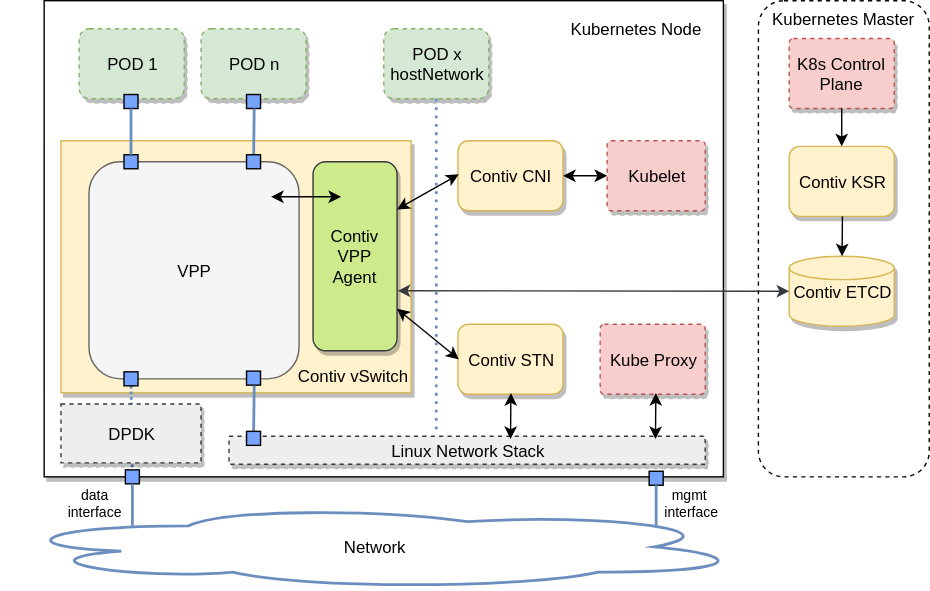
This is docs/img/contiv-arch.svg from contiv/vpp, a draw.io export, as it was before one commit. Source tidied: cells renumbered, new cells last; positions are measured from the earlier drawing's top-left corner, leaving out a move shared by most shapes.
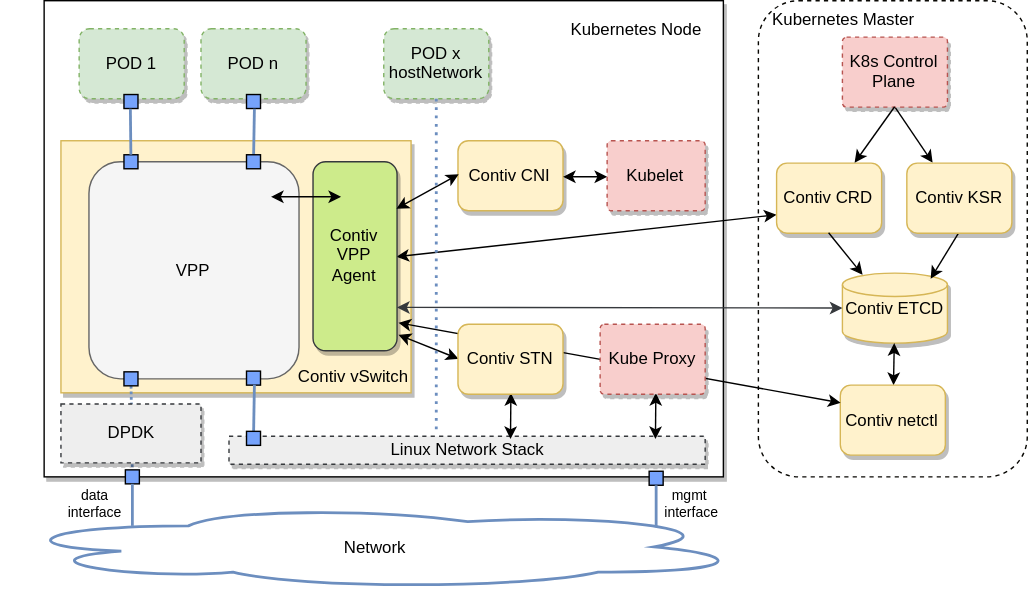
After the change.

Change to the diagram source:
```diff
@@ -3,7 +3,7 @@
     <mxCell id="0" />
     <mxCell id="1" parent="0" />
     <mxCell id="2" style="rounded=1;whiteSpace=wrap;html=1;shadow=0;glass=0;dashed=1;comic=0;strokeColor=#080703;strokeWidth=1;fillColor=#ffffff;gradientColor=none;align=center;" parent="1" vertex="1">
-      <mxGeometry x="540" width="122" height="340" as="geometry" />
+      <mxGeometry x="540" width="192" height="340" as="geometry" />
     </mxCell>
     <mxCell id="3" style="whiteSpace=wrap;html=1;fillColor=#ffffff;strokeColor=#000000;rounded=0;glass=0;comic=0;shadow=1;" parent="1" vertex="1">
       <mxGeometry x="30" width="485" height="340" as="geometry" />
@@ -14,23 +14,23 @@
     <mxCell id="5" value="Contiv CNI" style="rounded=1;whiteSpace=wrap;html=1;shadow=1;glass=0;comic=0;strokeWidth=1;fillColor=#fff2cc;align=center;strokeColor=#d6b656;" parent="1" vertex="1">
       <mxGeometry x="325.5" y="100" width="75" height="50" as="geometry" />
     </mxCell>
-    <mxCell id="6" style="edgeStyle=orthogonalEdgeStyle;rounded=0;html=1;startArrow=classic;startFill=1;jettySize=auto;" parent="1" edge="1" source="5" target="9">
+    <mxCell id="6" style="edgeStyle=orthogonalEdgeStyle;rounded=0;html=1;startArrow=classic;startFill=1;jettySize=auto;" parent="1" edge="1" source="5" target="10">
       <mxGeometry relative="1" as="geometry" />
     </mxCell>
-    <mxCell id="7" value="Contiv KSR" style="rounded=1;whiteSpace=wrap;html=1;shadow=1;glass=0;comic=0;strokeWidth=1;fillColor=#fff2cc;align=center;strokeColor=#d6b656;" parent="1" vertex="1">
-      <mxGeometry x="562" y="104" width="75" height="50" as="geometry" />
+    <mxCell id="7" style="edgeStyle=none;rounded=0;html=1;exitX=0;exitY=0.75;entryX=1;entryY=0.5;startArrow=classic;startFill=1;jettySize=auto;strokeColor=#000000;" parent="1" edge="1" source="8" target="14">
+      <mxGeometry relative="1" as="geometry" />
     </mxCell>
-    <mxCell id="8" value="Contiv ETCD" style="strokeWidth=1;html=1;shape=mxgraph.flowchart.database;whiteSpace=wrap;rounded=1;shadow=1;glass=0;comic=0;fillColor=#fff2cc;align=center;strokeColor=#d6b656;" parent="1" vertex="1">
-      <mxGeometry x="562" y="182.5" width="75" height="50" as="geometry" />
+    <mxCell id="8" value="Contiv CRD" style="rounded=1;whiteSpace=wrap;html=1;shadow=1;glass=0;comic=0;strokeWidth=1;fillColor=#fff2cc;align=center;strokeColor=#d6b656;" parent="1" vertex="1">
+      <mxGeometry x="553" y="116" width="75" height="50" as="geometry" />
     </mxCell>
-    <mxCell id="9" value="Kubelet" style="strokeWidth=1;html=1;shape=mxgraph.flowchart.process;whiteSpace=wrap;rounded=1;shadow=1;glass=0;comic=0;fillColor=#f8cecc;align=center;strokeColor=#b85450;gradientColor=none;dashed=1;" parent="1" vertex="1">
-      <mxGeometry x="432" y="100" width="70" height="50" as="geometry" />
+    <mxCell id="9" value="Contiv ETCD" style="strokeWidth=1;html=1;shape=mxgraph.flowchart.database;whiteSpace=wrap;rounded=1;shadow=1;glass=0;comic=0;fillColor=#fff2cc;align=center;strokeColor=#d6b656;" parent="1" vertex="1">
+      <mxGeometry x="600" y="194.5" width="75" height="50" as="geometry" />
     </mxCell>
-    <mxCell id="10" value="Linux Network Stack" style="rounded=0;whiteSpace=wrap;html=1;shadow=1;glass=0;comic=0;strokeWidth=1;fillColor=#eeeeee;align=center;strokeColor=#36393d;dashed=1;" parent="1" vertex="1">
-      <mxGeometry x="162" y="311" width="340" height="20" as="geometry" />
+    <mxCell id="10" value="Kubelet" style="strokeWidth=1;html=1;shape=mxgraph.flowchart.process;whiteSpace=wrap;rounded=1;shadow=1;glass=0;comic=0;fillColor=#f8cecc;align=center;strokeColor=#b85450;gradientColor=none;dashed=1;" parent="1" vertex="1">
+      <mxGeometry x="432" y="100" width="70" height="50" as="geometry" />
     </mxCell>
-    <mxCell id="11" value="Kube Proxy" style="strokeWidth=1;html=1;shape=mxgraph.flowchart.process;whiteSpace=wrap;rounded=1;shadow=1;glass=0;comic=0;fillColor=#f8cecc;align=center;strokeColor=#b85450;gradientColor=none;dashed=1;" parent="1" vertex="1">
-      <mxGeometry x="427" y="231" width="75" height="50" as="geometry" />
+    <mxCell id="11" value="Linux Network Stack" style="rounded=0;whiteSpace=wrap;html=1;shadow=1;glass=0;comic=0;strokeWidth=1;fillColor=#eeeeee;align=center;strokeColor=#36393d;dashed=1;" parent="1" vertex="1">
+      <mxGeometry x="162" y="311" width="340" height="20" as="geometry" />
     </mxCell>
     <mxCell id="12" value="POD 1" style="rounded=1;whiteSpace=wrap;html=1;shadow=1;glass=0;comic=0;strokeWidth=1;fillColor=#d5e8d4;align=center;strokeColor=#82b366;dashed=1;" parent="1" vertex="1">
       <mxGeometry x="55" y="20" width="75" height="50" as="geometry" />
@@ -44,32 +44,32 @@
     <mxCell id="15" value="VPP" style="rounded=1;whiteSpace=wrap;html=1;shadow=0;glass=0;comic=0;strokeWidth=1;fillColor=#f5f5f5;align=center;strokeColor=#666666;" parent="1" vertex="1">
       <mxGeometry x="62" y="115" width="150" height="155" as="geometry" />
     </mxCell>
-    <mxCell id="16" value="K8s Control Plane" style="strokeWidth=1;html=1;shape=mxgraph.flowchart.process;whiteSpace=wrap;rounded=1;shadow=1;glass=0;comic=0;fillColor=#f8cecc;align=center;strokeColor=#b85450;gradientColor=none;dashed=1;" parent="1" vertex="1">
-      <mxGeometry x="562" y="27" width="75" height="50" as="geometry" />
+    <mxCell id="16" style="html=1;exitX=0.5;exitY=1;exitPerimeter=0;entryX=0.25;entryY=0;jettySize=auto;strokeColor=#000000;rounded=0;startArrow=none;startFill=0;" parent="1" edge="1" source="17" target="52">
+      <mxGeometry relative="1" as="geometry" />
     </mxCell>
-    <mxCell id="17" style="rounded=0;html=1;jettySize=auto;startArrow=classic;startFill=1;fillColor=#cdeb8b;strokeColor=#36393d;entryX=1;entryY=0.5;" parent="1" edge="1" source="8">
-      <mxGeometry relative="1" as="geometry">
-        <mxPoint x="282.5" y="207.1" as="targetPoint" />
-      </mxGeometry>
+    <mxCell id="17" value="K8s Control Plane" style="strokeWidth=1;html=1;shape=mxgraph.flowchart.process;whiteSpace=wrap;rounded=1;shadow=1;glass=0;comic=0;fillColor=#f8cecc;align=center;strokeColor=#b85450;gradientColor=none;dashed=1;" parent="1" vertex="1">
+      <mxGeometry x="600" y="26" width="75" height="50" as="geometry" />
     </mxCell>
-    <mxCell id="18" value="Contiv vSwitch" style="text;html=1;strokeColor=none;fillColor=none;align=center;verticalAlign=middle;whiteSpace=wrap;rounded=0;shadow=0;glass=0;comic=0;" parent="1" vertex="1">
-      <mxGeometry x="200" y="258" width="100" height="20" as="geometry" />
+    <mxCell id="18" style="rounded=0;html=1;jettySize=auto;startArrow=classic;startFill=1;fillColor=#cdeb8b;strokeColor=#36393d;" parent="1" edge="1" source="9">
+      <mxGeometry relative="1" as="geometry">
+        <mxPoint x="282" y="219" as="targetPoint" />
+      </mxGeometry>
     </mxCell>
-    <mxCell id="19" value="Network" style="ellipse;shape=cloud;whiteSpace=wrap;html=1;rounded=1;shadow=0;glass=0;comic=0;strokeWidth=2;fillColor=none;align=center;strokeColor=#6c8ebf;" parent="1" vertex="1">
-      <mxGeometry y="360" width="532" height="60" as="geometry" />
+    <mxCell id="19" value="Contiv vSwitch" style="text;html=1;strokeColor=none;fillColor=none;align=center;verticalAlign=middle;whiteSpace=wrap;rounded=0;shadow=0;glass=0;comic=0;" parent="1" vertex="1">
+      <mxGeometry x="200" y="258" width="100" height="20" as="geometry" />
     </mxCell>
-    <mxCell id="20" style="rounded=0;html=1;exitX=0;exitY=0.5;entryX=1;entryY=0.25;startArrow=classic;startFill=1;jettySize=auto;" parent="1" edge="1" target="14">
-      <mxGeometry relative="1" as="geometry">
-        <mxPoint x="326" y="124" as="sourcePoint" />
-      </mxGeometry>
+    <mxCell id="20" value="Network" style="ellipse;shape=cloud;whiteSpace=wrap;html=1;rounded=1;shadow=0;glass=0;comic=0;strokeWidth=2;fillColor=none;align=center;strokeColor=#6c8ebf;" parent="1" vertex="1">
+      <mxGeometry y="360" width="532" height="60" as="geometry" />
     </mxCell>
-    <mxCell id="21" style="rounded=0;whiteSpace=wrap;html=1;shadow=0;glass=0;comic=0;strokeWidth=1;fillColor=#76A3FC;align=center;strokeColor=#000000;gradientColor=none;" parent="1" vertex="1">
-      <mxGeometry x="87" y="67" width="10" height="10" as="geometry" />
+    <mxCell id="21" style="rounded=0;html=1;exitX=0;exitY=0.5;entryX=1;entryY=0.25;startArrow=classic;startFill=1;jettySize=auto;" parent="1" edge="1" target="14">
+      <mxGeometry relative="1" as="geometry">
+        <mxPoint x="326" y="124" as="sourcePoint" />
+      </mxGeometry>
     </mxCell>
-    <mxCell id="22" value="Contiv STN" style="rounded=1;whiteSpace=wrap;html=1;shadow=1;glass=0;comic=0;strokeWidth=1;fillColor=#fff2cc;align=center;strokeColor=#d6b656;" parent="1" vertex="1">
-      <mxGeometry x="325.5" y="231" width="75" height="50" as="geometry" />
+    <mxCell id="22" style="rounded=0;whiteSpace=wrap;html=1;shadow=0;glass=0;comic=0;strokeWidth=1;fillColor=#76A3FC;align=center;strokeColor=#000000;gradientColor=none;" parent="1" vertex="1">
+      <mxGeometry x="87" y="67" width="10" height="10" as="geometry" />
     </mxCell>
-    <mxCell id="23" style="edgeStyle=none;rounded=0;html=1;entryX=1.002;entryY=0.781;entryPerimeter=0;startArrow=classic;startFill=1;jettySize=auto;exitX=0;exitY=0.5;" parent="1" edge="1" source="22" target="14">
+    <mxCell id="23" style="edgeStyle=none;rounded=0;html=1;entryX=1.013;entryY=0.92;entryPerimeter=0;startArrow=classic;startFill=1;jettySize=auto;exitX=0;exitY=0.5;" parent="1" edge="1" source="57" target="14">
       <mxGeometry relative="1" as="geometry" />
     </mxCell>
     <mxCell id="24" style="endArrow=classic;startArrow=classic;html=1;entryX=0.5;entryY=1;" parent="1" edge="1">
@@ -90,16 +90,16 @@
     <mxCell id="27" value="Kubernetes Master" style="text;html=1;strokeColor=none;fillColor=none;align=center;verticalAlign=middle;whiteSpace=wrap;rounded=0;shadow=0;glass=0;comic=0;" parent="1" vertex="1">
       <mxGeometry x="544" y="3" width="113" height="20" as="geometry" />
     </mxCell>
-    <mxCell id="28" style="edgeStyle=none;rounded=0;html=1;entryX=0.5;entryY=1;startArrow=classic;startFill=1;jettySize=auto;endArrow=none;endFill=0;" parent="1" edge="1" source="8" target="7">
+    <mxCell id="28" style="edgeStyle=none;rounded=0;html=1;entryX=0.5;entryY=1;startArrow=classic;startFill=1;jettySize=auto;endArrow=none;endFill=0;exitX=0.192;exitY=0.014;exitPerimeter=0;" parent="1" edge="1" source="9" target="8">
       <mxGeometry relative="1" as="geometry" />
     </mxCell>
-    <mxCell id="29" style="edgeStyle=none;rounded=0;html=1;startArrow=classic;startFill=1;jettySize=auto;endArrow=none;endFill=0;" parent="1" edge="1" source="7" target="16">
+    <mxCell id="29" style="edgeStyle=none;rounded=0;html=1;startArrow=classic;startFill=1;jettySize=auto;endArrow=none;endFill=0;entryX=0.5;entryY=1;entryPerimeter=0;exitX=0.75;exitY=0;" parent="1" edge="1" source="8" target="17">
       <mxGeometry relative="1" as="geometry" />
     </mxCell>
     <mxCell id="30" style="rounded=0;whiteSpace=wrap;html=1;shadow=0;glass=0;comic=0;strokeWidth=1;fillColor=#76A3FC;align=center;strokeColor=#000000;gradientColor=none;" parent="1" vertex="1">
       <mxGeometry x="87" y="110" width="10" height="10" as="geometry" />
     </mxCell>
-    <mxCell id="31" style="edgeStyle=none;rounded=0;html=1;entryX=0.5;entryY=1;startArrow=none;startFill=0;endArrow=none;endFill=0;jettySize=auto;strokeWidth=2;fillColor=#dae8fc;strokeColor=#6c8ebf;" parent="1" edge="1" source="30" target="21">
+    <mxCell id="31" style="edgeStyle=none;rounded=0;html=1;entryX=0.5;entryY=1;startArrow=none;startFill=0;endArrow=none;endFill=0;jettySize=auto;strokeWidth=2;fillColor=#dae8fc;strokeColor=#6c8ebf;" parent="1" edge="1" source="30" target="22">
       <mxGeometry relative="1" as="geometry" />
     </mxCell>
     <mxCell id="32" style="rounded=0;whiteSpace=wrap;html=1;shadow=0;glass=0;comic=0;strokeWidth=1;fillColor=#76A3FC;align=center;strokeColor=#000000;gradientColor=none;" parent="1" vertex="1">
@@ -168,5 +168,26 @@
     <mxCell id="50" style="edgeStyle=none;rounded=1;html=1;exitX=0.5;exitY=1;dashed=1;dashPattern=1 1;startArrow=none;startFill=0;endArrow=none;endFill=0;jettySize=auto;orthogonalLoop=1;strokeWidth=2;fontSize=9;fontColor=#000000;strokeColor=none;" parent="1" edge="1" source="45" target="45">
       <mxGeometry relative="1" as="geometry" />
     </mxCell>
+    <mxCell id="51" style="edgeStyle=none;rounded=0;html=1;exitX=0.5;exitY=1;entryX=0.837;entryY=0.07;entryPerimeter=0;jettySize=auto;strokeColor=#000000;" parent="1" edge="1" source="52" target="9">
+      <mxGeometry relative="1" as="geometry" />
+    </mxCell>
+    <mxCell id="52" value="Contiv KSR" style="rounded=1;whiteSpace=wrap;html=1;shadow=1;glass=0;comic=0;strokeWidth=1;fillColor=#fff2cc;align=center;strokeColor=#d6b656;" parent="1" vertex="1">
+      <mxGeometry x="646" y="116" width="75" height="50" as="geometry" />
+    </mxCell>
+    <mxCell id="53" style="edgeStyle=none;rounded=0;html=1;startArrow=classic;startFill=1;jettySize=auto;strokeColor=#000000;" parent="1" edge="1" source="54" target="9">
+      <mxGeometry relative="1" as="geometry" />
+    </mxCell>
+    <mxCell id="54" value="Contiv netctl" style="rounded=1;whiteSpace=wrap;html=1;shadow=1;glass=0;comic=0;strokeWidth=1;fillColor=#fff2cc;align=center;strokeColor=#d6b656;" parent="1" vertex="1">
+      <mxGeometry x="598.5" y="274.5" width="75" height="50" as="geometry" />
+    </mxCell>
+    <mxCell id="55" style="endArrow=classic;startArrow=classic;html=1;strokeColor=#000000;entryX=0;entryY=0.25;exitX=1.006;exitY=0.851;exitPerimeter=0;" parent="1" edge="1" source="14" target="54">
+      <mxGeometry relative="1" as="geometry" />
+    </mxCell>
+    <mxCell id="56" value="Kube Proxy" style="strokeWidth=1;html=1;shape=mxgraph.flowchart.process;whiteSpace=wrap;rounded=1;shadow=1;glass=0;comic=0;fillColor=#f8cecc;align=center;strokeColor=#b85450;gradientColor=none;dashed=1;" parent="1" vertex="1">
+      <mxGeometry x="427" y="231" width="75" height="50" as="geometry" />
+    </mxCell>
+    <mxCell id="57" value="Contiv STN" style="rounded=1;whiteSpace=wrap;html=1;shadow=1;glass=0;comic=0;strokeWidth=1;fillColor=#fff2cc;align=center;strokeColor=#d6b656;" parent="1" vertex="1">
+      <mxGeometry x="325.5" y="231" width="75" height="50" as="geometry" />
+    </mxCell>
   </root>
 </mxGraphModel>
```
